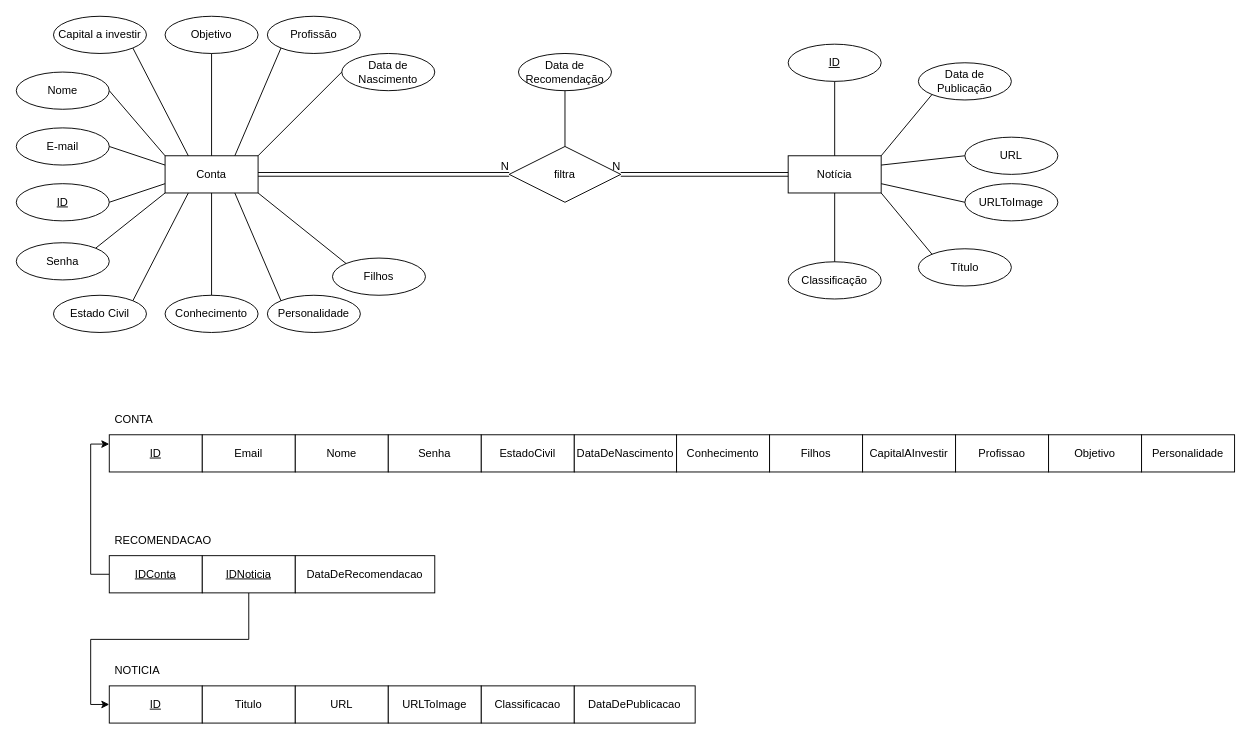
Above: Untitled Diagram.drawio in cecibou/TI-2_Diary (draw.io), before the change. Source tidied: cells renumbered, new cells numbered last; positions are measured from the earlier drawing's top-left corner, leaving out a move shared by most shapes. Both pictures are drawn from the tidied source at 93%, with x=0, y=0 at pixel (16, 16).
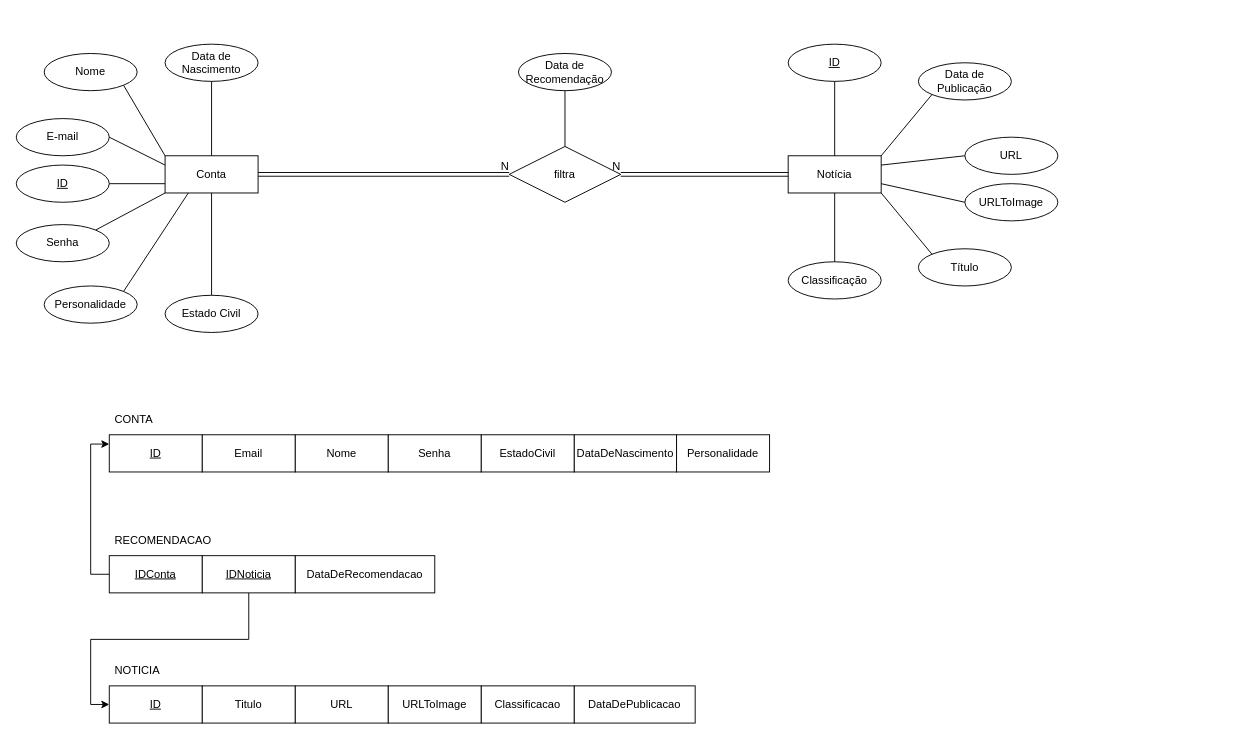
The same page after the edit.

Commit message:
Modelo Conceitual e Relacional

The change refers to these unchanged cells:
```xml
<mxCell id="12" value="Conta" style="whiteSpace=wrap;html=1;align=center;" parent="1" vertex="1">
  <mxGeometry x="160" y="150" width="100" height="40" as="geometry" />
</mxCell>
```

The edit, as a diff of the source:
```diff
@@
-    <mxCell id="2" value="Capital a investir&lt;br&gt;" style="ellipse;whiteSpace=wrap;html=1;align=center;" parent="1" vertex="1">
-      <mxGeometry x="40" width="100" height="40" as="geometry" />
-    </mxCell>
     <mxCell id="3" value="Nome" style="ellipse;whiteSpace=wrap;html=1;align=center;" parent="1" vertex="1">
-      <mxGeometry y="60" width="100" height="40" as="geometry" />
+      <mxGeometry x="30" y="40" width="100" height="40" as="geometry" />
     </mxCell>
-    <mxCell id="4" value="Objetivo" style="ellipse;whiteSpace=wrap;html=1;align=center;" parent="1" vertex="1">
-      <mxGeometry x="160" width="100" height="40" as="geometry" />
-    </mxCell>
-    <mxCell id="5" value="Profissão" style="ellipse;whiteSpace=wrap;html=1;align=center;" parent="1" vertex="1">
-      <mxGeometry x="270" width="100" height="40" as="geometry" />
-    </mxCell>
-    <mxCell id="6" value="Filhos" style="ellipse;whiteSpace=wrap;html=1;align=center;" parent="1" vertex="1">
-      <mxGeometry x="340" y="260" width="100" height="40" as="geometry" />
-    </mxCell>
     <mxCell id="7" value="Data de Nascimento" style="ellipse;whiteSpace=wrap;html=1;align=center;" parent="1" vertex="1">
-      <mxGeometry x="350" y="40" width="100" height="40" as="geometry" />
+      <mxGeometry x="160" y="30" width="100" height="40" as="geometry" />
     </mxCell>
     <mxCell id="8" value="Personalidade" style="ellipse;whiteSpace=wrap;html=1;align=center;" parent="1" vertex="1">
-      <mxGeometry x="270" y="300" width="100" height="40" as="geometry" />
+      <mxGeometry x="30" y="290" width="100" height="40" as="geometry" />
     </mxCell>
-    <mxCell id="9" value="Conhecimento" style="ellipse;whiteSpace=wrap;html=1;align=center;" parent="1" vertex="1">
-      <mxGeometry x="160" y="300" width="100" height="40" as="geometry" />
-    </mxCell>
     <mxCell id="10" value="Estado Civil" style="ellipse;whiteSpace=wrap;html=1;align=center;" parent="1" vertex="1">
-      <mxGeometry x="40" y="300" width="100" height="40" as="geometry" />
+      <mxGeometry x="160" y="300" width="100" height="40" as="geometry" />
     </mxCell>
     <mxCell id="11" value="Senha" style="ellipse;whiteSpace=wrap;html=1;align=center;" parent="1" vertex="1">
-      <mxGeometry y="243.5" width="100" height="40" as="geometry" />
+      <mxGeometry y="224" width="100" height="40" as="geometry" />
     </mxCell>
@@
     <mxCell id="13" value="E-mail" style="ellipse;whiteSpace=wrap;html=1;align=center;" parent="1" vertex="1">
-      <mxGeometry y="120" width="100" height="40" as="geometry" />
+      <mxGeometry y="110" width="100" height="40" as="geometry" />
     </mxCell>
     <mxCell id="14" value="ID" style="ellipse;whiteSpace=wrap;html=1;align=center;fontStyle=4;" parent="1" vertex="1">
-      <mxGeometry y="180" width="100" height="40" as="geometry" />
+      <mxGeometry y="160" width="100" height="40" as="geometry" />
     </mxCell>
-    <mxCell id="15" style="endArrow=none;html=1;rounded=0;entryX=1;entryY=0.5;entryDx=0;entryDy=0;exitX=0;exitY=0;exitDx=0;exitDy=0;" parent="1" edge="1" source="12" target="3">
+    <mxCell id="15" style="endArrow=none;html=1;rounded=0;entryX=1;entryY=1;entryDx=0;entryDy=0;exitX=0;exitY=0;exitDx=0;exitDy=0;" parent="1" edge="1" source="12" target="3">
       <mxGeometry relative="1" as="geometry" />
     </mxCell>
-    <mxCell id="16" style="endArrow=none;html=1;rounded=0;exitX=1;exitY=1;exitDx=0;exitDy=0;entryX=0.25;entryY=0;entryDx=0;entryDy=0;" parent="1" edge="1" source="2" target="12">
-      <mxGeometry relative="1" as="geometry" />
-    </mxCell>
-    <mxCell id="17" style="endArrow=none;html=1;rounded=0;entryX=0.5;entryY=1;entryDx=0;entryDy=0;exitX=0.5;exitY=0;exitDx=0;exitDy=0;" parent="1" edge="1" source="12" target="4">
+    <mxCell id="17" style="endArrow=none;html=1;rounded=0;exitX=0.5;exitY=0;exitDx=0;exitDy=0;entryX=0.5;entryY=1;entryDx=0;entryDy=0;" parent="1" edge="1" source="12" target="7">
       <mxGeometry relative="1" as="geometry" />
     </mxCell>
-    <mxCell id="18" style="endArrow=none;html=1;rounded=0;entryX=0;entryY=1;entryDx=0;entryDy=0;exitX=0.75;exitY=0;exitDx=0;exitDy=0;" parent="1" edge="1" source="12" target="5">
-      <mxGeometry relative="1" as="geometry" />
-    </mxCell>
-    <mxCell id="19" style="endArrow=none;html=1;rounded=0;entryX=0;entryY=0.5;entryDx=0;entryDy=0;exitX=1;exitY=0;exitDx=0;exitDy=0;" parent="1" edge="1" source="12" target="7">
-      <mxGeometry relative="1" as="geometry" />
-    </mxCell>
@@
-    <mxCell id="23" style="endArrow=none;html=1;rounded=0;exitX=1;exitY=0;exitDx=0;exitDy=0;entryX=0.25;entryY=1;entryDx=0;entryDy=0;" parent="1" edge="1" source="10" target="12">
-      <mxGeometry relative="1" as="geometry" />
-    </mxCell>
-    <mxCell id="24" style="endArrow=none;html=1;rounded=0;exitX=0.5;exitY=1;exitDx=0;exitDy=0;entryX=0.5;entryY=0;entryDx=0;entryDy=0;" parent="1" edge="1" source="12" target="9">
-      <mxGeometry relative="1" as="geometry" />
+    <mxCell id="24" style="endArrow=none;html=1;rounded=0;exitX=0.5;exitY=1;exitDx=0;exitDy=0;entryX=0.5;entryY=0;entryDx=0;entryDy=0;" parent="1" edge="1" source="12">
+      <mxGeometry relative="1" as="geometry">
+        <mxPoint x="210" y="300" as="targetPoint" />
+      </mxGeometry>
     </mxCell>
-    <mxCell id="25" style="endArrow=none;html=1;rounded=0;exitX=0.75;exitY=1;exitDx=0;exitDy=0;entryX=0;entryY=0;entryDx=0;entryDy=0;" parent="1" edge="1" source="12" target="8">
+    <mxCell id="25" style="endArrow=none;html=1;rounded=0;exitX=0.25;exitY=1;exitDx=0;exitDy=0;entryX=1;entryY=0;entryDx=0;entryDy=0;" parent="1" edge="1" source="12" target="8">
       <mxGeometry relative="1" as="geometry" />
     </mxCell>
-    <mxCell id="26" style="endArrow=none;html=1;rounded=0;entryX=0;entryY=0;entryDx=0;entryDy=0;" parent="1" edge="1" target="6">
-      <mxGeometry relative="1" as="geometry">
-        <mxPoint x="260" y="190" as="sourcePoint" />
-      </mxGeometry>
-    </mxCell>
@@
-    <mxCell id="53" value="Conhecimento" style="whiteSpace=wrap;html=1;align=center;" parent="1" vertex="1">
-      <mxGeometry x="710" y="450" width="100" height="40" as="geometry" />
-    </mxCell>
-    <mxCell id="54" value="Filhos" style="whiteSpace=wrap;html=1;align=center;" parent="1" vertex="1">
-      <mxGeometry x="810" y="450" width="100" height="40" as="geometry" />
-    </mxCell>
-    <mxCell id="55" value="CapitalAInvestir" style="whiteSpace=wrap;html=1;align=center;" parent="1" vertex="1">
-      <mxGeometry x="910" y="450" width="100" height="40" as="geometry" />
-    </mxCell>
-    <mxCell id="56" value="Profissao" style="whiteSpace=wrap;html=1;align=center;" parent="1" vertex="1">
-      <mxGeometry x="1010" y="450" width="100" height="40" as="geometry" />
-    </mxCell>
-    <mxCell id="57" value="Objetivo" style="whiteSpace=wrap;html=1;align=center;" parent="1" vertex="1">
-      <mxGeometry x="1110" y="450" width="100" height="40" as="geometry" />
-    </mxCell>
     <mxCell id="58" value="Personalidade" style="whiteSpace=wrap;html=1;align=center;" parent="1" vertex="1">
-      <mxGeometry x="1210" y="450" width="100" height="40" as="geometry" />
+      <mxGeometry x="710" y="450" width="100" height="40" as="geometry" />
     </mxCell>
```
